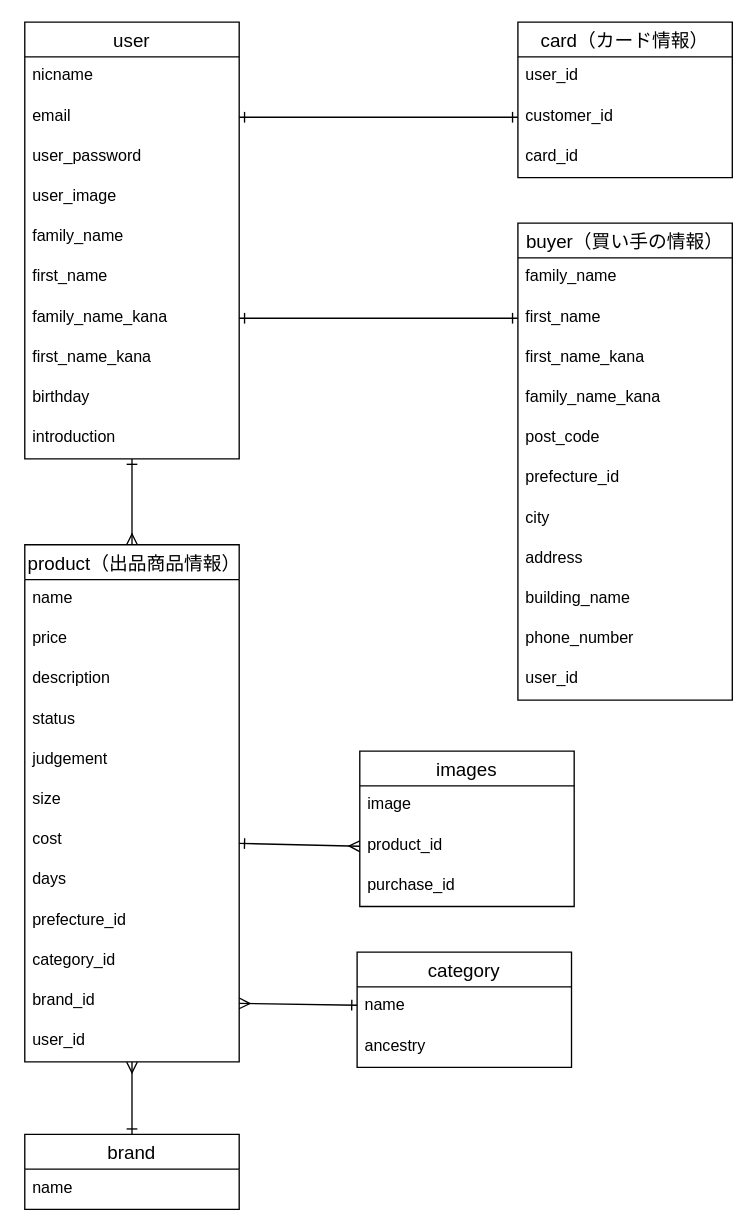
Before: er-zu-furima-41252.dio in yu-no-m1i/furima-41252, a draw.io diagram. Source tidied: cells renumbered, new cells numbered last; positions are measured from the earlier drawing's top-left corner, leaving out a move shared by most shapes. Both pictures are drawn from the tidied source at 134%, with x=0, y=0 at pixel (24, 21).
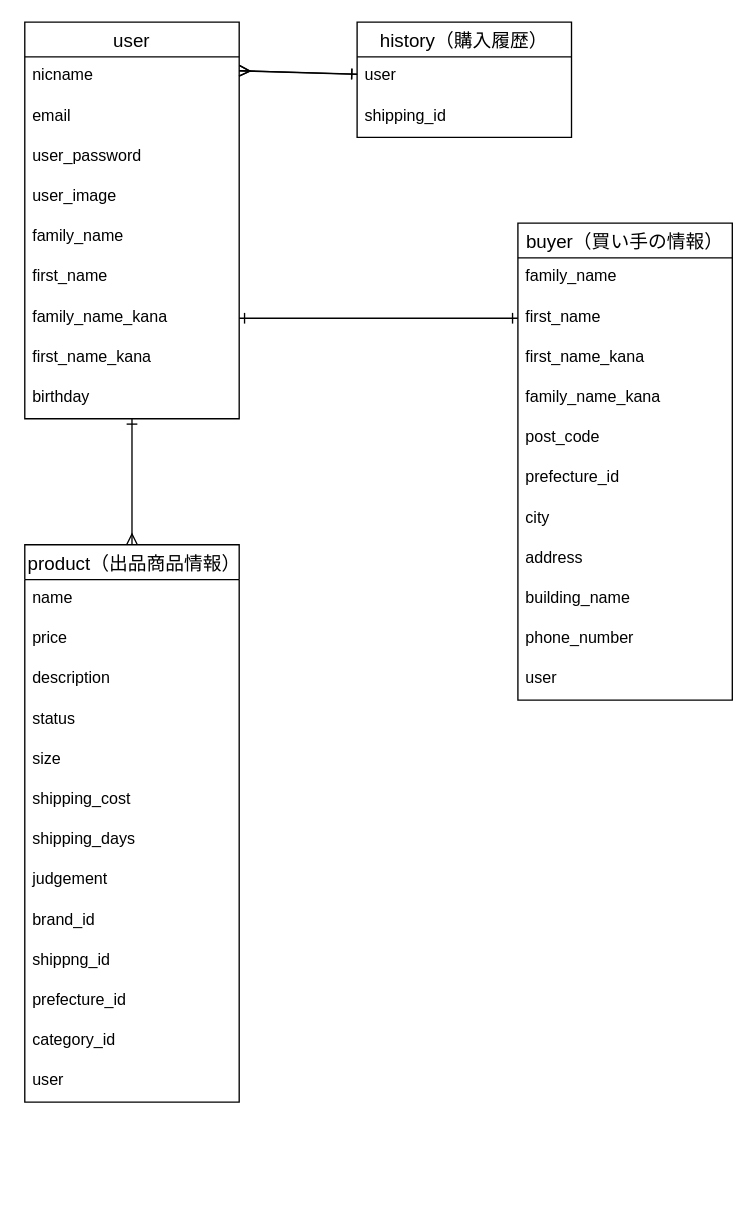
The same diagram, later.

Commit message (it also covers changes not shown here):
指摘箇所修正2

The change refers to these unchanged cells:
```xml
<mxCell id="5" value="email" style="text;strokeColor=none;fillColor=none;spacingLeft=4;spacingRight=4;overflow=hidden;points=[[0,0.5],[1,0.5]];portConstraint=eastwest;fontSize=12;" parent="3" vertex="1">
  <mxGeometry y="56" width="160" height="30" as="geometry" />
</mxCell>
<mxCell id="10" value="family_name_kana" style="text;strokeColor=none;fillColor=none;spacingLeft=4;spacingRight=4;overflow=hidden;points=[[0,0.5],[1,0.5]];portConstraint=eastwest;fontSize=12;" parent="3" vertex="1">
  <mxGeometry y="206" width="160" height="30" as="geometry" />
</mxCell>
<mxCell id="18" value="buyer（買い手の情報）" style="swimlane;fontStyle=0;horizontal=1;startSize=26;align=center;fontSize=14;" parent="1" vertex="1">
  <mxGeometry x="368" y="150" width="160" height="356" as="geometry" />
</mxCell>
<mxCell id="20" value="first_name" style="text;strokeColor=none;fillColor=none;spacingLeft=4;spacingRight=4;overflow=hidden;points=[[0,0.5],[1,0.5]];portConstraint=eastwest;fontSize=12;" parent="18" vertex="1">
  <mxGeometry y="56" width="160" height="30" as="geometry" />
</mxCell>
```

What changed in the source:
```diff
@@
     <mxCell id="3" value="user" style="swimlane;fontStyle=0;horizontal=1;startSize=26;align=center;fontSize=14;" parent="1" vertex="1">
-      <mxGeometry width="160" height="326" as="geometry" />
+      <mxGeometry width="160" height="296" as="geometry" />
     </mxCell>
@@
-    <mxCell id="13" value="introduction" style="text;strokeColor=none;fillColor=none;spacingLeft=4;spacingRight=4;overflow=hidden;fontSize=12;" parent="3" vertex="1">
-      <mxGeometry y="296" width="160" height="30" as="geometry" />
-    </mxCell>
-    <mxCell id="14" value="card（カード情報）" style="swimlane;fontStyle=0;horizontal=1;startSize=26;align=center;fontSize=14;" parent="1" vertex="1">
-      <mxGeometry x="368" width="160" height="116" as="geometry" />
-    </mxCell>
-    <mxCell id="15" value="user_id" style="text;strokeColor=none;fillColor=none;spacingLeft=4;spacingRight=4;overflow=hidden;fontSize=12;" parent="14" vertex="1">
-      <mxGeometry y="26" width="160" height="30" as="geometry" />
-    </mxCell>
-    <mxCell id="16" value="customer_id" style="text;strokeColor=none;fillColor=none;spacingLeft=4;spacingRight=4;overflow=hidden;points=[[0,0.5],[1,0.5]];portConstraint=eastwest;fontSize=12;" parent="14" vertex="1">
-      <mxGeometry y="56" width="160" height="30" as="geometry" />
-    </mxCell>
-    <mxCell id="17" value="card_id" style="text;strokeColor=none;fillColor=none;spacingLeft=4;spacingRight=4;overflow=hidden;fontSize=12;" parent="14" vertex="1">
-      <mxGeometry y="86" width="160" height="30" as="geometry" />
-    </mxCell>
@@
-    <mxCell id="29" value="user_id" style="text;strokeColor=none;fillColor=none;spacingLeft=4;spacingRight=4;overflow=hidden;fontSize=12;" parent="18" vertex="1">
+    <mxCell id="29" value="user" style="text;strokeColor=none;fillColor=none;spacingLeft=4;spacingRight=4;overflow=hidden;fontSize=12;" parent="18" vertex="1">
       <mxGeometry y="326" width="160" height="30" as="geometry" />
     </mxCell>
     <mxCell id="30" value=" product（出品商品情報）" style="swimlane;fontStyle=0;horizontal=1;startSize=26;align=center;fontSize=14;" parent="1" vertex="1">
-      <mxGeometry y="390" width="160" height="386" as="geometry" />
+      <mxGeometry y="390" width="160" height="416" as="geometry" />
     </mxCell>
@@
+    <mxCell id="36" value="size" style="text;strokeColor=none;fillColor=none;spacingLeft=4;spacingRight=4;overflow=hidden;fontSize=12;" parent="30" vertex="1">
+      <mxGeometry y="146" width="160" height="30" as="geometry" />
+    </mxCell>
+    <mxCell id="57" value="shipping_cost" style="text;strokeColor=none;fillColor=none;spacingLeft=4;spacingRight=4;overflow=hidden;fontSize=12;" parent="30" vertex="1">
+      <mxGeometry y="176" width="160" height="30" as="geometry" />
+    </mxCell>
+    <mxCell id="58" value="shipping_days" style="text;strokeColor=none;fillColor=none;spacingLeft=4;spacingRight=4;overflow=hidden;fontSize=12;" parent="30" vertex="1">
+      <mxGeometry y="206" width="160" height="30" as="geometry" />
+    </mxCell>
     <mxCell id="35" value="judgement" style="text;strokeColor=none;fillColor=none;spacingLeft=4;spacingRight=4;overflow=hidden;fontSize=12;" parent="30" vertex="1">
-      <mxGeometry y="146" width="160" height="30" as="geometry" />
+      <mxGeometry y="236" width="160" height="30" as="geometry" />
     </mxCell>
-    <mxCell id="36" value="size" style="text;strokeColor=none;fillColor=none;spacingLeft=4;spacingRight=4;overflow=hidden;fontSize=12;" parent="30" vertex="1">
-      <mxGeometry y="176" width="160" height="30" as="geometry" />
-    </mxCell>
-    <mxCell id="37" value="cost" style="text;strokeColor=none;fillColor=none;spacingLeft=4;spacingRight=4;overflow=hidden;points=[[0,0.5],[1,0.5]];portConstraint=eastwest;fontSize=12;" parent="30" vertex="1">
-      <mxGeometry y="206" width="160" height="30" as="geometry" />
-    </mxCell>
-    <mxCell id="38" value="days" style="text;strokeColor=none;fillColor=none;spacingLeft=4;spacingRight=4;overflow=hidden;fontSize=12;" parent="30" vertex="1">
-      <mxGeometry y="236" width="160" height="30" as="geometry" />
-    </mxCell>
+    <mxCell id="41" value="brand_id" style="text;strokeColor=none;fillColor=none;spacingLeft=4;spacingRight=4;overflow=hidden;points=[[0,0.5],[1,0.5]];portConstraint=eastwest;fontSize=12;" parent="30" vertex="1">
+      <mxGeometry y="266" width="160" height="30" as="geometry" />
+    </mxCell>
+    <mxCell id="59" value="shippng_id" style="text;strokeColor=none;fillColor=none;spacingLeft=4;spacingRight=4;overflow=hidden;fontSize=12;" parent="30" vertex="1">
+      <mxGeometry y="296" width="160" height="30" as="geometry" />
+    </mxCell>
     <mxCell id="39" value="prefecture_id" style="text;strokeColor=none;fillColor=none;spacingLeft=4;spacingRight=4;overflow=hidden;fontSize=12;" parent="30" vertex="1">
-      <mxGeometry y="266" width="160" height="30" as="geometry" />
+      <mxGeometry y="326" width="160" height="30" as="geometry" />
     </mxCell>
     <mxCell id="40" value="category_id" style="text;strokeColor=none;fillColor=none;spacingLeft=4;spacingRight=4;overflow=hidden;fontSize=12;" parent="30" vertex="1">
-      <mxGeometry y="296" width="160" height="30" as="geometry" />
+      <mxGeometry y="356" width="160" height="30" as="geometry" />
     </mxCell>
-    <mxCell id="41" value="brand_id" style="text;strokeColor=none;fillColor=none;spacingLeft=4;spacingRight=4;overflow=hidden;points=[[0,0.5],[1,0.5]];portConstraint=eastwest;fontSize=12;" parent="30" vertex="1">
-      <mxGeometry y="326" width="160" height="30" as="geometry" />
-    </mxCell>
-    <mxCell id="42" value="user_id" style="text;strokeColor=none;fillColor=none;spacingLeft=4;spacingRight=4;overflow=hidden;points=[[0,0.5],[1,0.5]];portConstraint=eastwest;fontSize=12;" parent="30" vertex="1">
-      <mxGeometry y="356" width="160" height="30" as="geometry" />
+    <mxCell id="42" value="user" style="text;strokeColor=none;fillColor=none;spacingLeft=4;spacingRight=4;overflow=hidden;points=[[0,0.5],[1,0.5]];portConstraint=eastwest;fontSize=12;" parent="30" vertex="1">
+      <mxGeometry y="386" width="160" height="30" as="geometry" />
     </mxCell>
-    <mxCell id="43" value="images" style="swimlane;fontStyle=0;horizontal=1;startSize=26;align=center;fontSize=14;" parent="1" vertex="1">
-      <mxGeometry x="250" y="544" width="160" height="116" as="geometry" />
-    </mxCell>
-    <mxCell id="44" value="image" style="text;strokeColor=none;fillColor=none;spacingLeft=4;spacingRight=4;overflow=hidden;fontSize=12;" parent="43" vertex="1">
-      <mxGeometry y="26" width="160" height="30" as="geometry" />
-    </mxCell>
-    <mxCell id="45" value="product_id" style="text;strokeColor=none;fillColor=none;spacingLeft=4;spacingRight=4;overflow=hidden;points=[[0,0.5],[1,0.5]];portConstraint=eastwest;fontSize=12;" parent="43" vertex="1">
-      <mxGeometry y="56" width="160" height="30" as="geometry" />
-    </mxCell>
-    <mxCell id="46" value="purchase_id" style="text;strokeColor=none;fillColor=none;spacingLeft=4;spacingRight=4;overflow=hidden;fontSize=12;" parent="43" vertex="1">
-      <mxGeometry y="86" width="160" height="30" as="geometry" />
-    </mxCell>
-    <mxCell id="47" value="category" style="swimlane;fontStyle=0;horizontal=1;startSize=26;align=center;fontSize=14;" parent="1" vertex="1">
-      <mxGeometry x="248" y="694" width="160" height="86" as="geometry" />
+    <mxCell id="47" value="history（購入履歴）" style="swimlane;fontStyle=0;horizontal=1;startSize=26;align=center;fontSize=14;" parent="1" vertex="1">
+      <mxGeometry x="248" width="160" height="86" as="geometry" />
     </mxCell>
-    <mxCell id="48" value="name" style="text;strokeColor=none;fillColor=none;spacingLeft=4;spacingRight=4;overflow=hidden;points=[[0,0.5],[1,0.5]];portConstraint=eastwest;fontSize=12;" parent="47" vertex="1">
+    <mxCell id="48" value="user" style="text;strokeColor=none;fillColor=none;spacingLeft=4;spacingRight=4;overflow=hidden;points=[[0,0.5],[1,0.5]];portConstraint=eastwest;fontSize=12;" parent="47" vertex="1">
       <mxGeometry y="26" width="160" height="30" as="geometry" />
     </mxCell>
-    <mxCell id="49" value="ancestry" style="text;strokeColor=none;fillColor=none;spacingLeft=4;spacingRight=4;overflow=hidden;fontSize=12;" parent="47" vertex="1">
+    <mxCell id="49" value="shipping_id" style="text;strokeColor=none;fillColor=none;spacingLeft=4;spacingRight=4;overflow=hidden;fontSize=12;" parent="47" vertex="1">
       <mxGeometry y="56" width="160" height="30" as="geometry" />
     </mxCell>
+    <mxCell id="54" style="edgeStyle=none;html=1;entryX=0;entryY=0.5;entryDx=0;entryDy=0;startArrow=ERone;startFill=0;endArrow=ERone;endFill=0;" parent="1" edge="1" source="10" target="20">
+      <mxGeometry relative="1" as="geometry" />
+    </mxCell>
+    <mxCell id="56" style="edgeStyle=none;html=1;startArrow=ERone;startFill=0;endArrow=ERmany;endFill=0;exitX=0;exitY=0.5;exitDx=0;exitDy=0;" parent="1" edge="1">
+      <mxGeometry relative="1" as="geometry">
+        <mxPoint x="248" y="39" as="sourcePoint" />
+        <mxPoint x="160" y="36.3" as="targetPoint" />
+      </mxGeometry>
+    </mxCell>
-    <mxCell id="50" style="edgeStyle=none;html=1;startArrow=ERone;startFill=0;endArrow=ERmany;endFill=0;" parent="1" edge="1" source="51" target="42">
-      <mxGeometry relative="1" as="geometry" />
+    <mxCell id="50" style="edgeStyle=none;html=1;startArrow=ERone;startFill=0;endArrow=ERmany;endFill=0;" parent="1" edge="1" source="48">
+      <mxGeometry relative="1" as="geometry">
+        <mxPoint x="160" y="36.3" as="targetPoint" />
+      </mxGeometry>
     </mxCell>
-    <mxCell id="51" value="brand" style="swimlane;fontStyle=0;horizontal=1;startSize=26;align=center;fontSize=14;" parent="1" vertex="1">
-      <mxGeometry y="830" width="160" height="56" as="geometry" />
-    </mxCell>
-    <mxCell id="52" value="name" style="text;strokeColor=none;fillColor=none;spacingLeft=4;spacingRight=4;overflow=hidden;fontSize=12;" parent="51" vertex="1">
-      <mxGeometry y="26" width="160" height="30" as="geometry" />
-    </mxCell>
-    <mxCell id="53" style="edgeStyle=none;html=1;endArrow=ERone;endFill=0;startArrow=ERone;startFill=0;" parent="1" edge="1" source="5" target="16">
-      <mxGeometry relative="1" as="geometry" />
-    </mxCell>
-    <mxCell id="54" style="edgeStyle=none;html=1;entryX=0;entryY=0.5;entryDx=0;entryDy=0;startArrow=ERone;startFill=0;endArrow=ERone;endFill=0;" parent="1" edge="1" source="10" target="20">
-      <mxGeometry relative="1" as="geometry" />
-    </mxCell>
-    <mxCell id="55" style="edgeStyle=none;html=1;startArrow=ERone;startFill=0;endArrow=ERmany;endFill=0;entryX=0;entryY=0.5;entryDx=0;entryDy=0;" parent="1" edge="1" source="37" target="45">
-      <mxGeometry relative="1" as="geometry" />
-    </mxCell>
-    <mxCell id="56" style="edgeStyle=none;html=1;startArrow=ERone;startFill=0;endArrow=ERmany;endFill=0;" parent="1" edge="1" source="48" target="41">
-      <mxGeometry relative="1" as="geometry" />
-    </mxCell>
```
